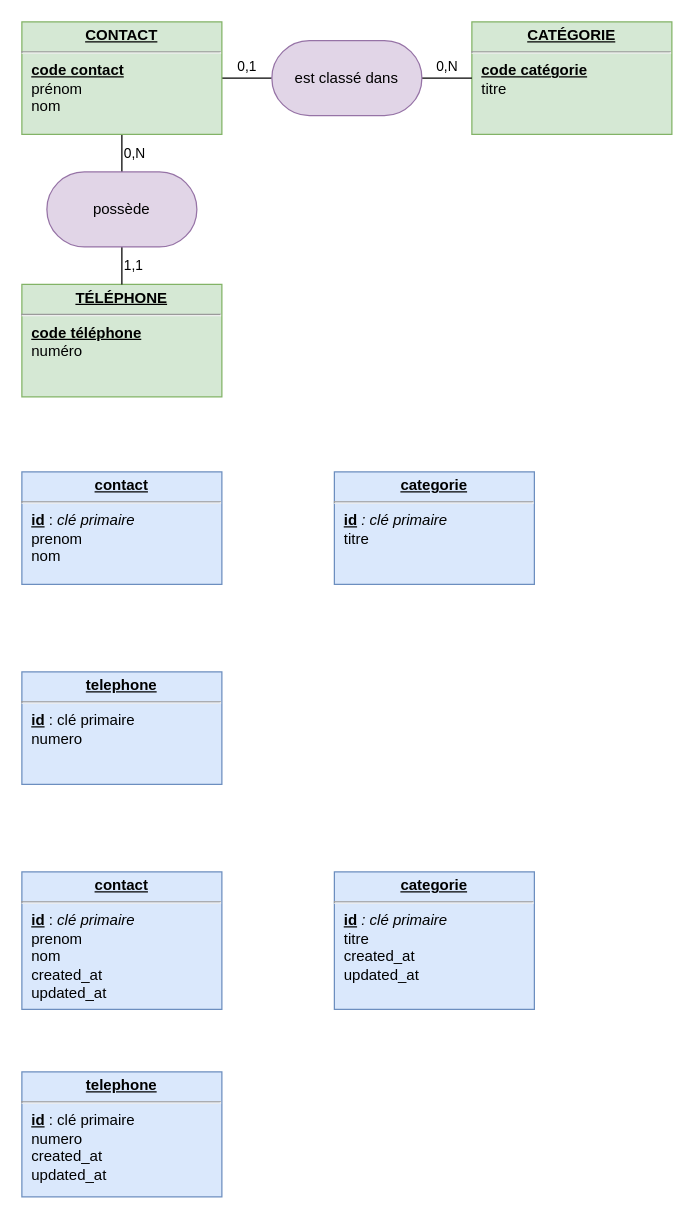
sebastien-raud/sebastien-raud.github.io keeps this draw.io diagram as page "tables" (3 of 3) of mcd-vers-mld/ressources/schemas.drawio. Above is the earlier version. Source tidied: cells renumbered, new cells numbered last; positions are measured from the earlier drawing's top-left corner, leaving out a move shared by most shapes. Both pictures are drawn from the tidied source at 125%, with x=0, y=0 at pixel (21, 21).
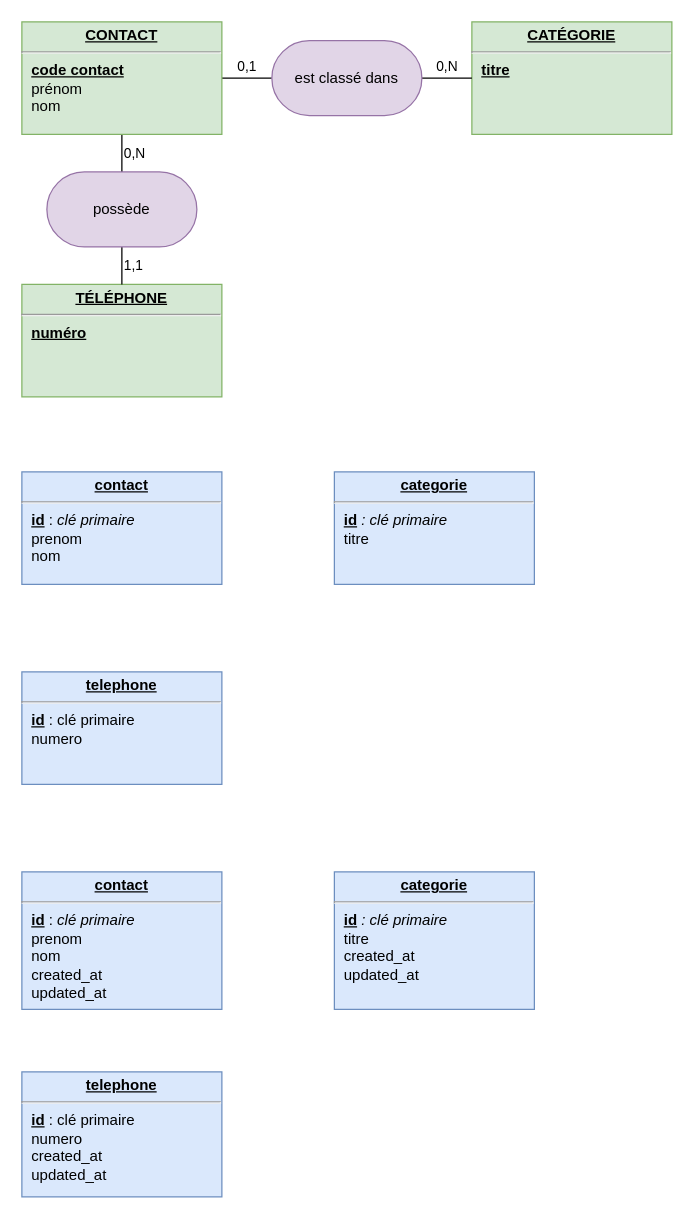
Above is the later version.

The edit, as a diff of the source:
```diff
@@
 <mxGraphModel>
   <root>
     <mxCell id="0" />
     <mxCell id="1" parent="0" />
     <mxCell id="2" value="0,N" style="edgeStyle=orthogonalEdgeStyle;rounded=0;jettySize=auto;html=1;endArrow=none;endFill=0;labelBackgroundColor=none;labelPosition=right;verticalLabelPosition=middle;align=left;verticalAlign=middle;" parent="1" edge="1" source="4" target="8">
       <mxGeometry relative="1" as="geometry" />
     </mxCell>
     <mxCell id="3" value="0,1" style="edgeStyle=orthogonalEdgeStyle;rounded=0;jettySize=auto;html=1;endArrow=none;endFill=0;labelBackgroundColor=none;verticalAlign=bottom;" parent="1" edge="1" source="4" target="10">
       <mxGeometry relative="1" as="geometry" />
     </mxCell>
     <mxCell id="4" value="&lt;p style=&quot;margin:0px;margin-top:4px;text-align:center;text-decoration:underline;&quot;&gt;&lt;b&gt;CONTACT&lt;/b&gt;&lt;/p&gt;&lt;hr&gt;&lt;p style=&quot;margin:0px;margin-left:8px;&quot;&gt;&lt;u&gt;&lt;b&gt;code contact&lt;/b&gt;&lt;/u&gt;&lt;br&gt;&lt;/p&gt;&lt;p style=&quot;margin:0px;margin-left:8px;&quot;&gt;prénom&lt;/p&gt;&lt;p style=&quot;margin:0px;margin-left:8px;&quot;&gt;nom&lt;/p&gt;" style="verticalAlign=top;align=left;overflow=fill;fontSize=12;fontFamily=Helvetica;html=1;fillColor=#d5e8d4;strokeColor=#82b366;rounded=0;" parent="1" vertex="1">
       <mxGeometry width="160" height="90" as="geometry" />
     </mxCell>
-    <mxCell id="5" value="&lt;p style=&quot;margin:0px;margin-top:4px;text-align:center;text-decoration:underline;&quot;&gt;&lt;b&gt;TÉLÉPHONE&lt;/b&gt;&lt;/p&gt;&lt;hr&gt;&lt;p style=&quot;margin:0px;margin-left:8px;&quot;&gt;&lt;u&gt;&lt;b&gt;code téléphone&lt;/b&gt;&lt;/u&gt;&lt;/p&gt;&lt;p style=&quot;margin:0px;margin-left:8px;&quot;&gt;numéro&lt;/p&gt;" style="verticalAlign=top;align=left;overflow=fill;fontSize=12;fontFamily=Helvetica;html=1;fillColor=#d5e8d4;strokeColor=#82b366;rounded=0;" parent="1" vertex="1">
+    <mxCell id="5" value="&lt;p style=&quot;margin:0px;margin-top:4px;text-align:center;text-decoration:underline;&quot;&gt;&lt;b&gt;TÉLÉPHONE&lt;/b&gt;&lt;/p&gt;&lt;hr&gt;&lt;p style=&quot;margin:0px;margin-left:8px;&quot;&gt;&lt;span style=&quot;background-color: initial;&quot;&gt;&lt;b&gt;&lt;u&gt;numéro&lt;/u&gt;&lt;/b&gt;&lt;/span&gt;&lt;br&gt;&lt;/p&gt;" style="verticalAlign=top;align=left;overflow=fill;fontSize=12;fontFamily=Helvetica;html=1;fillColor=#d5e8d4;strokeColor=#82b366;rounded=0;" parent="1" vertex="1">
       <mxGeometry y="210" width="160" height="90" as="geometry" />
     </mxCell>
-    <mxCell id="6" value="&lt;p style=&quot;margin:0px;margin-top:4px;text-align:center;text-decoration:underline;&quot;&gt;&lt;b&gt;CATÉGORIE&lt;/b&gt;&lt;/p&gt;&lt;hr&gt;&lt;p style=&quot;margin:0px;margin-left:8px;&quot;&gt;&lt;u&gt;&lt;b&gt;code catégorie&lt;/b&gt;&lt;/u&gt;&lt;/p&gt;&lt;p style=&quot;margin:0px;margin-left:8px;&quot;&gt;titre&lt;/p&gt;" style="verticalAlign=top;align=left;overflow=fill;fontSize=12;fontFamily=Helvetica;html=1;fillColor=#d5e8d4;strokeColor=#82b366;rounded=0;" parent="1" vertex="1">
+    <mxCell id="6" value="&lt;p style=&quot;margin:0px;margin-top:4px;text-align:center;text-decoration:underline;&quot;&gt;&lt;b&gt;CATÉGORIE&lt;/b&gt;&lt;/p&gt;&lt;hr&gt;&lt;p style=&quot;margin:0px;margin-left:8px;&quot;&gt;&lt;span style=&quot;background-color: initial;&quot;&gt;&lt;b&gt;&lt;u&gt;titre&lt;/u&gt;&lt;/b&gt;&lt;/span&gt;&lt;br&gt;&lt;/p&gt;" style="verticalAlign=top;align=left;overflow=fill;fontSize=12;fontFamily=Helvetica;html=1;fillColor=#d5e8d4;strokeColor=#82b366;rounded=0;" parent="1" vertex="1">
       <mxGeometry x="360" width="160" height="90" as="geometry" />
     </mxCell>
     <mxCell id="7" value="1,1" style="edgeStyle=orthogonalEdgeStyle;rounded=0;jettySize=auto;html=1;endArrow=none;endFill=0;labelBackgroundColor=none;labelPosition=right;verticalLabelPosition=middle;align=left;verticalAlign=middle;" parent="1" edge="1" source="8" target="5">
       <mxGeometry relative="1" as="geometry" />
     </mxCell>
     <mxCell id="8" value="possède" style="rounded=1;whiteSpace=wrap;html=1;arcSize=50;fillColor=#e1d5e7;strokeColor=#9673a6;" parent="1" vertex="1">
       <mxGeometry x="20" y="120" width="120" height="60" as="geometry" />
     </mxCell>
     <mxCell id="9" value="0,N" style="edgeStyle=orthogonalEdgeStyle;rounded=0;jettySize=auto;html=1;endArrow=none;endFill=0;labelBackgroundColor=none;verticalAlign=bottom;" parent="1" edge="1" source="10" target="6">
       <mxGeometry relative="1" as="geometry" />
     </mxCell>
     <mxCell id="10" value="est classé dans" style="rounded=1;whiteSpace=wrap;html=1;arcSize=50;fillColor=#e1d5e7;strokeColor=#9673a6;" parent="1" vertex="1">
       <mxGeometry x="200" y="15" width="120" height="60" as="geometry" />
     </mxCell>
     <mxCell id="11" value="&lt;p style=&quot;margin:0px;margin-top:4px;text-align:center;text-decoration:underline;&quot;&gt;&lt;b&gt;contact&lt;/b&gt;&lt;/p&gt;&lt;hr&gt;&lt;p style=&quot;margin:0px;margin-left:8px;&quot;&gt;&lt;b style=&quot;text-decoration-line: underline;&quot;&gt;id&lt;/b&gt; : &lt;i&gt;clé primaire&lt;/i&gt;&lt;br&gt;&lt;/p&gt;&lt;p style=&quot;margin:0px;margin-left:8px;&quot;&gt;prenom&lt;/p&gt;&lt;p style=&quot;margin:0px;margin-left:8px;&quot;&gt;nom&lt;/p&gt;" style="verticalAlign=top;align=left;overflow=fill;fontSize=12;fontFamily=Helvetica;html=1;fillColor=#dae8fc;strokeColor=#6c8ebf;rounded=0;" parent="1" vertex="1">
       <mxGeometry y="360" width="160" height="90" as="geometry" />
     </mxCell>
     <mxCell id="12" value="&lt;p style=&quot;margin:0px;margin-top:4px;text-align:center;text-decoration:underline;&quot;&gt;&lt;b&gt;categorie&lt;/b&gt;&lt;/p&gt;&lt;hr&gt;&lt;p style=&quot;margin:0px;margin-left:8px;&quot;&gt;&lt;u style=&quot;font-weight: bold;&quot;&gt;id&lt;/u&gt;&lt;i style=&quot;&quot;&gt; : clé primaire&lt;/i&gt;&lt;/p&gt;&lt;p style=&quot;margin:0px;margin-left:8px;&quot;&gt;titre&lt;/p&gt;" style="verticalAlign=top;align=left;overflow=fill;fontSize=12;fontFamily=Helvetica;html=1;fillColor=#dae8fc;strokeColor=#6c8ebf;rounded=0;" parent="1" vertex="1">
       <mxGeometry x="250" y="360" width="160" height="90" as="geometry" />
     </mxCell>
     <mxCell id="13" value="&lt;p style=&quot;margin:0px;margin-top:4px;text-align:center;text-decoration:underline;&quot;&gt;&lt;b&gt;telephone&lt;/b&gt;&lt;/p&gt;&lt;hr&gt;&lt;p style=&quot;margin:0px;margin-left:8px;&quot;&gt;&lt;u style=&quot;font-weight: bold;&quot;&gt;id&lt;/u&gt; : clé primaire&lt;/p&gt;&lt;p style=&quot;margin:0px;margin-left:8px;&quot;&gt;numero&lt;/p&gt;" style="verticalAlign=top;align=left;overflow=fill;fontSize=12;fontFamily=Helvetica;html=1;fillColor=#dae8fc;strokeColor=#6c8ebf;rounded=0;" parent="1" vertex="1">
       <mxGeometry y="520" width="160" height="90" as="geometry" />
     </mxCell>
     <mxCell id="14" value="&lt;p style=&quot;margin:0px;margin-top:4px;text-align:center;text-decoration:underline;&quot;&gt;&lt;b&gt;contact&lt;/b&gt;&lt;/p&gt;&lt;hr&gt;&lt;p style=&quot;margin:0px;margin-left:8px;&quot;&gt;&lt;b style=&quot;text-decoration-line: underline;&quot;&gt;id&lt;/b&gt; : &lt;i&gt;clé primaire&lt;/i&gt;&lt;br&gt;&lt;/p&gt;&lt;p style=&quot;margin:0px;margin-left:8px;&quot;&gt;prenom&lt;/p&gt;&lt;p style=&quot;margin:0px;margin-left:8px;&quot;&gt;nom&lt;/p&gt;&lt;p style=&quot;margin:0px;margin-left:8px;&quot;&gt;created_at&lt;/p&gt;&lt;p style=&quot;margin:0px;margin-left:8px;&quot;&gt;updated_at&lt;/p&gt;" style="verticalAlign=top;align=left;overflow=fill;fontSize=12;fontFamily=Helvetica;html=1;fillColor=#dae8fc;strokeColor=#6c8ebf;rounded=0;" parent="1" vertex="1">
       <mxGeometry y="680" width="160" height="110" as="geometry" />
     </mxCell>
     <mxCell id="15" value="&lt;p style=&quot;margin:0px;margin-top:4px;text-align:center;text-decoration:underline;&quot;&gt;&lt;b&gt;categorie&lt;/b&gt;&lt;/p&gt;&lt;hr&gt;&lt;p style=&quot;margin:0px;margin-left:8px;&quot;&gt;&lt;u style=&quot;font-weight: bold;&quot;&gt;id&lt;/u&gt;&lt;i style=&quot;&quot;&gt; : clé primaire&lt;/i&gt;&lt;/p&gt;&lt;p style=&quot;margin:0px;margin-left:8px;&quot;&gt;titre&lt;/p&gt;&lt;p style=&quot;margin:0px;margin-left:8px;&quot;&gt;created_at&lt;/p&gt;&lt;p style=&quot;margin:0px;margin-left:8px;&quot;&gt;updated_at&lt;/p&gt;" style="verticalAlign=top;align=left;overflow=fill;fontSize=12;fontFamily=Helvetica;html=1;fillColor=#dae8fc;strokeColor=#6c8ebf;rounded=0;" parent="1" vertex="1">
       <mxGeometry x="250" y="680" width="160" height="110" as="geometry" />
     </mxCell>
     <mxCell id="16" value="&lt;p style=&quot;margin:0px;margin-top:4px;text-align:center;text-decoration:underline;&quot;&gt;&lt;b&gt;telephone&lt;/b&gt;&lt;/p&gt;&lt;hr&gt;&lt;p style=&quot;margin:0px;margin-left:8px;&quot;&gt;&lt;u style=&quot;font-weight: bold;&quot;&gt;id&lt;/u&gt; : clé primaire&lt;/p&gt;&lt;p style=&quot;margin:0px;margin-left:8px;&quot;&gt;numero&lt;/p&gt;&lt;p style=&quot;margin:0px;margin-left:8px;&quot;&gt;created_at&lt;/p&gt;&lt;p style=&quot;margin:0px;margin-left:8px;&quot;&gt;updated_at&lt;/p&gt;" style="verticalAlign=top;align=left;overflow=fill;fontSize=12;fontFamily=Helvetica;html=1;fillColor=#dae8fc;strokeColor=#6c8ebf;rounded=0;" parent="1" vertex="1">
       <mxGeometry y="840" width="160" height="100" as="geometry" />
     </mxCell>
   </root>
 </mxGraphModel>
```
